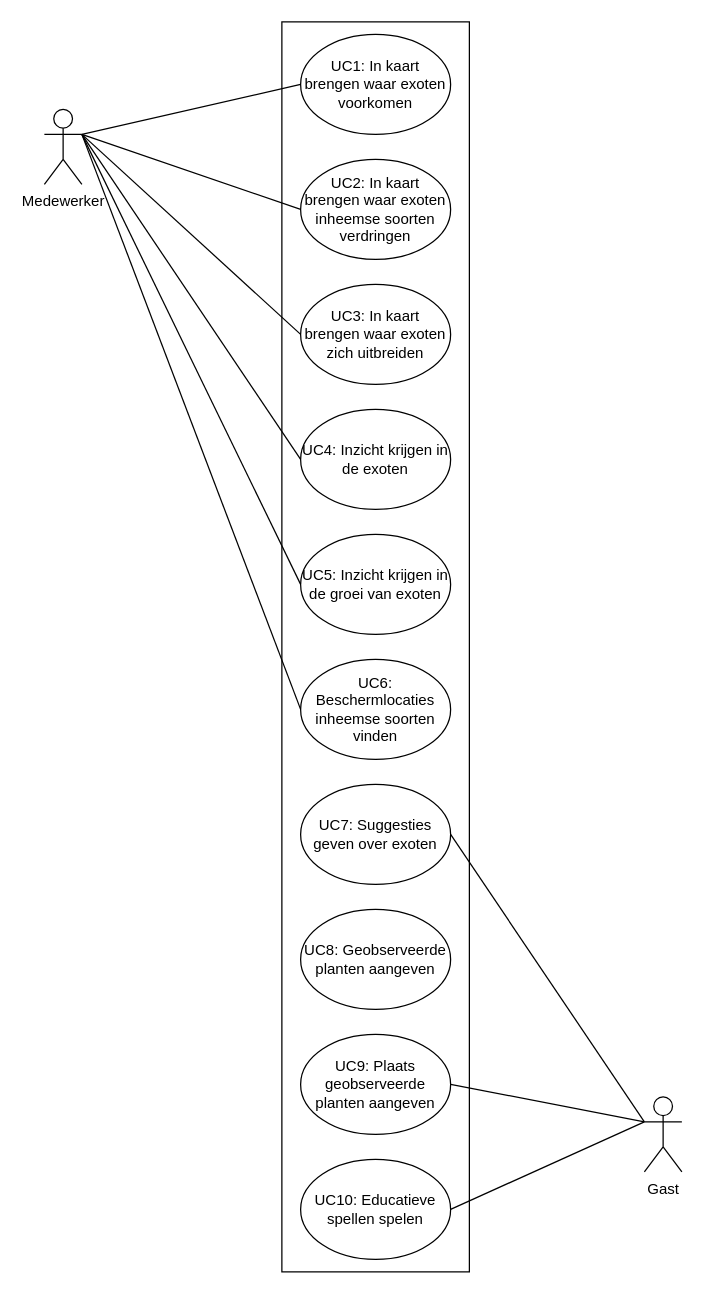
This is casisusecasediagram.drawio from rvincken/Opdracht-Exotisch-Nederland, a draw.io file, before an edit. Source tidied: cells renumbered, new cells numbered last; positions are measured from the earlier drawing's top-left corner, leaving out a move shared by most shapes. Both pictures are drawn from the tidied source at 125%, with x=0, y=0 at pixel (44, 21).
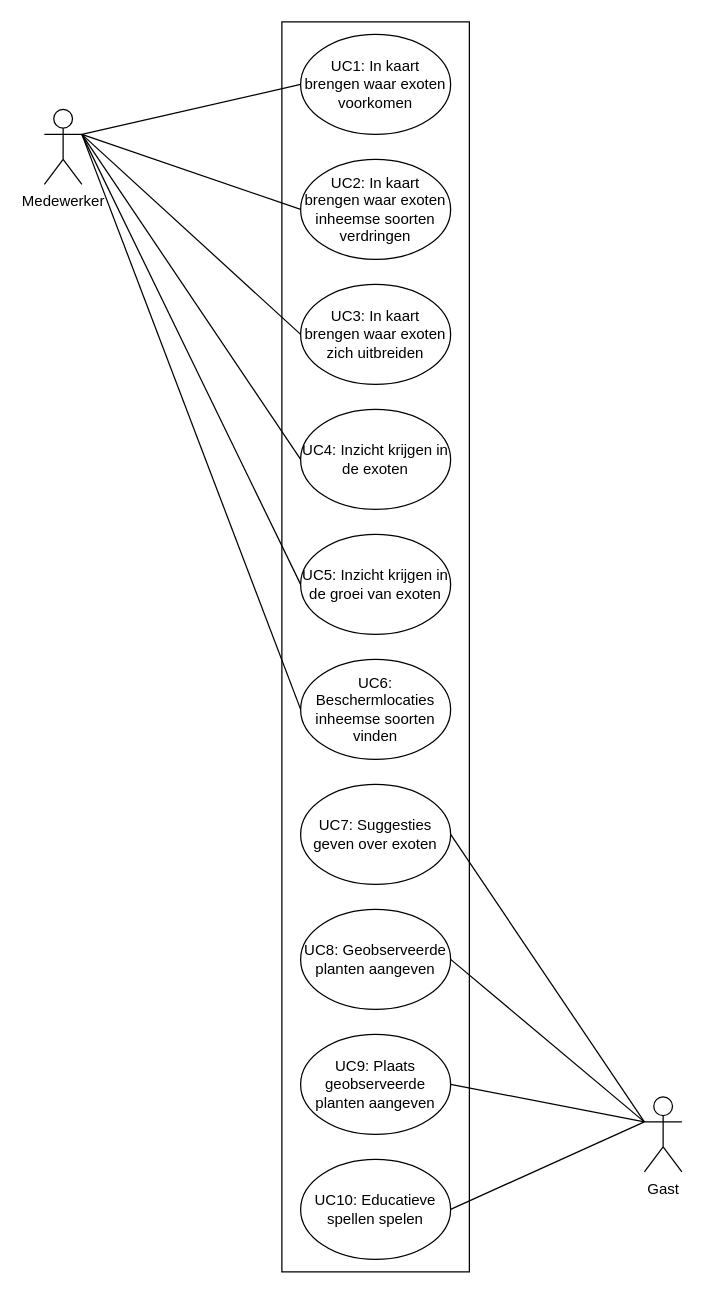
The same page after the edit.

The change refers to these unchanged cells:
```xml
<mxCell id="10" value="UC8: Geobserveerde planten aangeven" style="ellipse;whiteSpace=wrap;html=1;" parent="1" vertex="1">
  <mxGeometry x="205" y="710" width="120" height="80" as="geometry" />
</mxCell>
```

The edit, as a diff of the source:
```diff
@@
+    <mxCell id="24" style="endArrow=none;html=1;rounded=0;entryX=1;entryY=0.5;entryDx=0;entryDy=0;" parent="1" edge="1" target="10">
+      <mxGeometry relative="1" as="geometry">
+        <mxPoint x="480" y="880" as="sourcePoint" />
+      </mxGeometry>
+    </mxCell>
```
